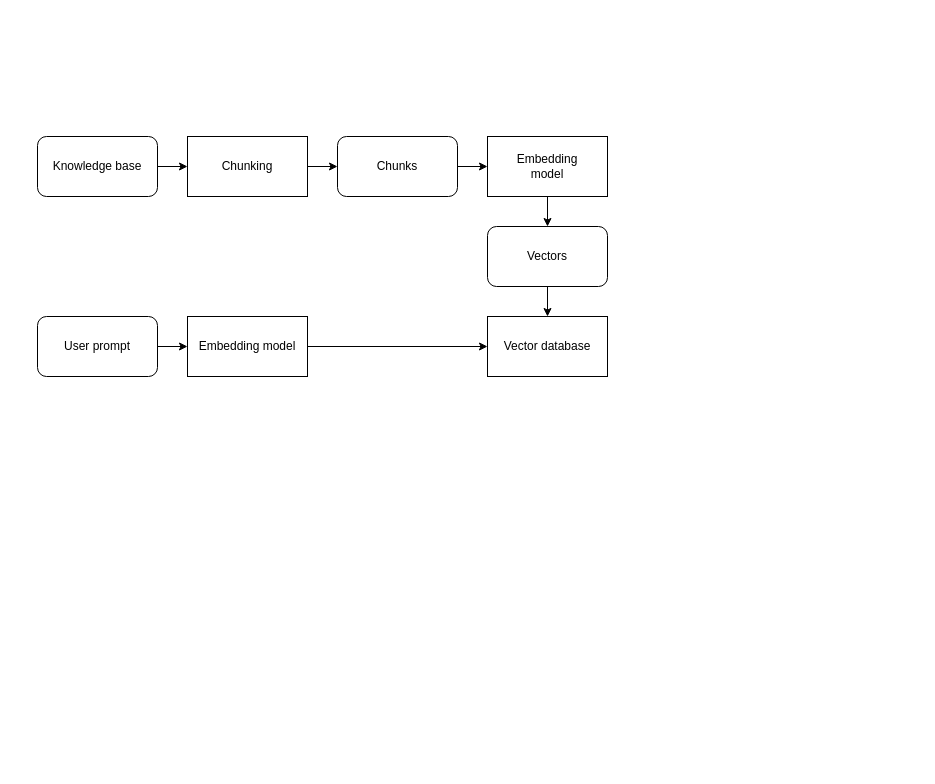
This is diagrams/rag-evaluation-controls.drawio from wmeints/effective-llm-applications, a draw.io file, before an edit. Source tidied: cells renumbered, new cells numbered last; positions are measured from the earlier drawing's top-left corner, leaving out a move shared by most shapes. Both pictures are drawn from the tidied source at 100%, with x=0, y=0 at pixel (37, 136).
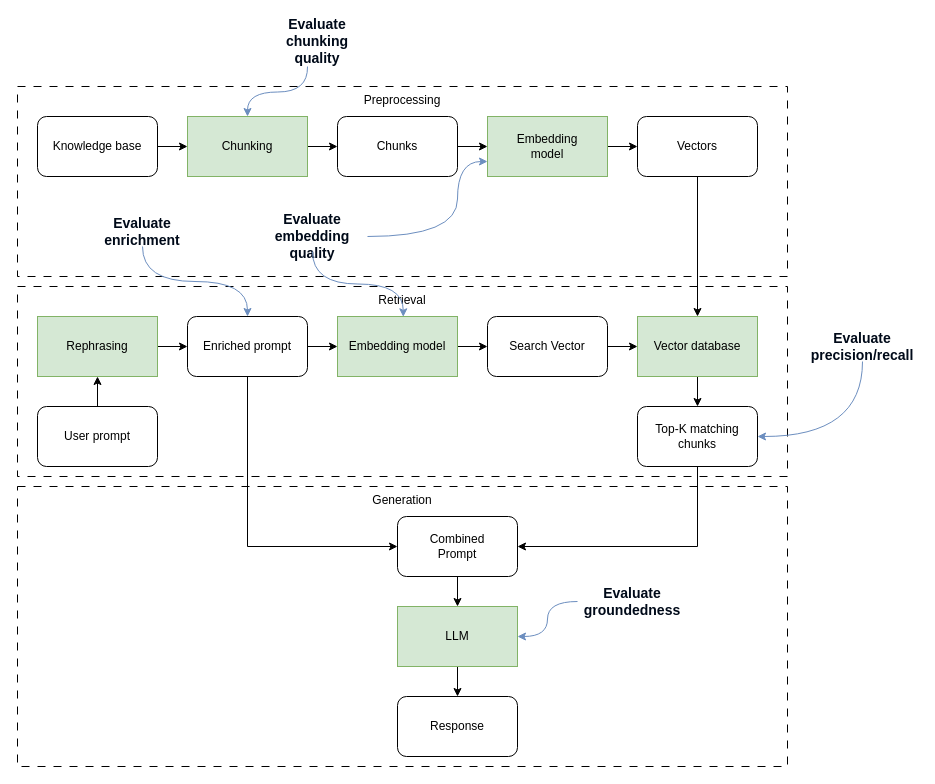
Above is the later version.

Commit message (it also covers changes not shown here):
Add quality controls

The edit, as a diff of the source:
```diff
@@
+    <mxCell id="17" value="Preprocessing" style="rounded=0;whiteSpace=wrap;html=1;fillColor=none;dashed=1;dashPattern=8 8;verticalAlign=top;" parent="1" vertex="1">
+      <mxGeometry x="-20" y="-50" width="770" height="190" as="geometry" />
+    </mxCell>
+    <mxCell id="18" value="Retrieval" style="rounded=0;whiteSpace=wrap;html=1;fillColor=none;dashed=1;dashPattern=8 8;verticalAlign=top;" parent="1" vertex="1">
+      <mxGeometry x="-20" y="150" width="770" height="190" as="geometry" />
+    </mxCell>
+    <mxCell id="19" value="Generation" style="rounded=0;whiteSpace=wrap;html=1;fillColor=none;dashed=1;dashPattern=8 8;verticalAlign=top;shadow=0;" parent="1" vertex="1">
+      <mxGeometry x="-20" y="350" width="770" height="280" as="geometry" />
+    </mxCell>
@@
     <mxCell id="3" value="Knowledge base" style="rounded=1;whiteSpace=wrap;html=1;" parent="1" vertex="1">
-      <mxGeometry width="120" height="60" as="geometry" />
+      <mxGeometry y="-20" width="120" height="60" as="geometry" />
     </mxCell>
@@
-    <mxCell id="5" value="Chunking" style="rounded=0;whiteSpace=wrap;html=1;" parent="1" vertex="1">
-      <mxGeometry x="150" width="120" height="60" as="geometry" />
+    <mxCell id="5" value="Chunking" style="rounded=0;whiteSpace=wrap;html=1;fillColor=#d5e8d4;strokeColor=#82b366;" parent="1" vertex="1">
+      <mxGeometry x="150" y="-20" width="120" height="60" as="geometry" />
     </mxCell>
@@
     <mxCell id="7" value="Chunks" style="rounded=1;whiteSpace=wrap;html=1;" parent="1" vertex="1">
-      <mxGeometry x="300" width="120" height="60" as="geometry" />
+      <mxGeometry x="300" y="-20" width="120" height="60" as="geometry" />
     </mxCell>
-    <mxCell id="8" style="edgeStyle=orthogonalEdgeStyle;rounded=0;jettySize=auto;html=1;entryX=0.5;entryY=0;entryDx=0;entryDy=0;" parent="1" edge="1" source="9" target="11">
+    <mxCell id="8" style="edgeStyle=orthogonalEdgeStyle;rounded=0;jettySize=auto;html=1;entryX=0;entryY=0.5;entryDx=0;entryDy=0;" parent="1" edge="1" source="9" target="11">
       <mxGeometry relative="1" as="geometry" />
     </mxCell>
-    <mxCell id="9" value="Embedding&lt;div&gt;model&lt;/div&gt;" style="rounded=0;whiteSpace=wrap;html=1;" parent="1" vertex="1">
-      <mxGeometry x="450" width="120" height="60" as="geometry" />
+    <mxCell id="9" value="Embedding&lt;div&gt;model&lt;/div&gt;" style="rounded=0;whiteSpace=wrap;html=1;fillColor=#d5e8d4;strokeColor=#82b366;" parent="1" vertex="1">
+      <mxGeometry x="450" y="-20" width="120" height="60" as="geometry" />
     </mxCell>
-    <mxCell id="10" style="edgeStyle=orthogonalEdgeStyle;rounded=0;jettySize=auto;html=1;entryX=0.5;entryY=0;entryDx=0;entryDy=0;" parent="1" edge="1" source="11" target="12">
+    <mxCell id="10" style="edgeStyle=orthogonalEdgeStyle;rounded=0;jettySize=auto;html=1;entryX=0.5;entryY=0;entryDx=0;entryDy=0;exitX=0.5;exitY=1;exitDx=0;exitDy=0;" parent="1" edge="1" source="11" target="12">
       <mxGeometry relative="1" as="geometry" />
     </mxCell>
     <mxCell id="11" value="Vectors" style="rounded=1;whiteSpace=wrap;html=1;" parent="1" vertex="1">
-      <mxGeometry x="450" y="90" width="120" height="60" as="geometry" />
+      <mxGeometry x="600" y="-20" width="120" height="60" as="geometry" />
     </mxCell>
+    <mxCell id="20" style="edgeStyle=orthogonalEdgeStyle;rounded=0;jettySize=auto;html=1;entryX=0.5;entryY=0;entryDx=0;entryDy=0;" parent="1" edge="1" source="12" target="25">
+      <mxGeometry relative="1" as="geometry" />
+    </mxCell>
-    <mxCell id="12" value="Vector database" style="rounded=0;whiteSpace=wrap;html=1;" parent="1" vertex="1">
-      <mxGeometry x="450" y="180" width="120" height="60" as="geometry" />
+    <mxCell id="12" value="Vector database" style="rounded=0;whiteSpace=wrap;html=1;fillColor=#d5e8d4;strokeColor=#82b366;" parent="1" vertex="1">
+      <mxGeometry x="600" y="180" width="120" height="60" as="geometry" />
     </mxCell>
-    <mxCell id="13" style="edgeStyle=orthogonalEdgeStyle;rounded=0;jettySize=auto;html=1;" parent="1" edge="1" source="14" target="12">
-      <mxGeometry relative="1" as="geometry" />
-    </mxCell>
+    <mxCell id="21" style="edgeStyle=orthogonalEdgeStyle;rounded=0;jettySize=auto;html=1;entryX=0;entryY=0.5;entryDx=0;entryDy=0;" parent="1" edge="1" source="14" target="29">
+      <mxGeometry relative="1" as="geometry" />
+    </mxCell>
-    <mxCell id="14" value="Embedding model" style="rounded=0;whiteSpace=wrap;html=1;" parent="1" vertex="1">
-      <mxGeometry x="150" y="180" width="120" height="60" as="geometry" />
+    <mxCell id="14" value="Embedding model" style="rounded=0;whiteSpace=wrap;html=1;fillColor=#d5e8d4;strokeColor=#82b366;" parent="1" vertex="1">
+      <mxGeometry x="300" y="180" width="120" height="60" as="geometry" />
     </mxCell>
-    <mxCell id="15" style="edgeStyle=orthogonalEdgeStyle;rounded=0;jettySize=auto;html=1;" parent="1" edge="1" source="16" target="14">
-      <mxGeometry relative="1" as="geometry" />
-    </mxCell>
+    <mxCell id="22" style="edgeStyle=orthogonalEdgeStyle;rounded=0;jettySize=auto;html=1;entryX=0;entryY=0.5;entryDx=0;entryDy=0;exitX=0.5;exitY=1;exitDx=0;exitDy=0;" parent="1" edge="1" source="45" target="27">
+      <mxGeometry relative="1" as="geometry" />
+    </mxCell>
+    <mxCell id="23" style="edgeStyle=orthogonalEdgeStyle;rounded=0;jettySize=auto;html=1;entryX=0.5;entryY=1;entryDx=0;entryDy=0;" parent="1" edge="1" source="16" target="43">
+      <mxGeometry relative="1" as="geometry" />
+    </mxCell>
     <mxCell id="16" value="User prompt" style="rounded=1;whiteSpace=wrap;html=1;" parent="1" vertex="1">
-      <mxGeometry y="180" width="120" height="60" as="geometry" />
+      <mxGeometry y="270" width="120" height="60" as="geometry" />
     </mxCell>
+    <mxCell id="24" style="edgeStyle=orthogonalEdgeStyle;rounded=0;jettySize=auto;html=1;entryX=1;entryY=0.5;entryDx=0;entryDy=0;exitX=0.5;exitY=1;exitDx=0;exitDy=0;" parent="1" edge="1" source="25" target="27">
+      <mxGeometry relative="1" as="geometry" />
+    </mxCell>
+    <mxCell id="25" value="Top-K matching chunks" style="rounded=1;whiteSpace=wrap;html=1;" parent="1" vertex="1">
+      <mxGeometry x="600" y="270" width="120" height="60" as="geometry" />
+    </mxCell>
+    <mxCell id="26" style="edgeStyle=orthogonalEdgeStyle;rounded=0;jettySize=auto;html=1;entryX=0.5;entryY=0;entryDx=0;entryDy=0;" parent="1" edge="1" source="27" target="31">
+      <mxGeometry relative="1" as="geometry" />
+    </mxCell>
+    <mxCell id="27" value="Combined&lt;div&gt;Prompt&lt;/div&gt;" style="rounded=1;whiteSpace=wrap;html=1;" parent="1" vertex="1">
+      <mxGeometry x="360" y="380" width="120" height="60" as="geometry" />
+    </mxCell>
+    <mxCell id="28" style="edgeStyle=orthogonalEdgeStyle;rounded=0;jettySize=auto;html=1;entryX=0;entryY=0.5;entryDx=0;entryDy=0;" parent="1" edge="1" source="29" target="12">
+      <mxGeometry relative="1" as="geometry" />
+    </mxCell>
+    <mxCell id="29" value="Search Vector" style="rounded=1;whiteSpace=wrap;html=1;" parent="1" vertex="1">
+      <mxGeometry x="450" y="180" width="120" height="60" as="geometry" />
+    </mxCell>
+    <mxCell id="30" style="edgeStyle=orthogonalEdgeStyle;rounded=0;jettySize=auto;html=1;" parent="1" edge="1" source="31" target="32">
+      <mxGeometry relative="1" as="geometry" />
+    </mxCell>
+    <mxCell id="31" value="LLM" style="rounded=0;whiteSpace=wrap;html=1;fillColor=#d5e8d4;strokeColor=#82b366;" parent="1" vertex="1">
+      <mxGeometry x="360" y="470" width="120" height="60" as="geometry" />
+    </mxCell>
+    <mxCell id="32" value="Response" style="rounded=1;whiteSpace=wrap;html=1;" parent="1" vertex="1">
+      <mxGeometry x="360" y="560" width="120" height="60" as="geometry" />
+    </mxCell>
+    <mxCell id="33" style="edgeStyle=orthogonalEdgeStyle;rounded=0;jettySize=auto;html=1;entryX=1;entryY=0.5;entryDx=0;entryDy=0;curved=1;fillColor=#dae8fc;strokeColor=#6c8ebf;" parent="1" edge="1" source="34" target="31">
+      <mxGeometry relative="1" as="geometry" />
+    </mxCell>
+    <mxCell id="34" value="Evaluate groundedness" style="text;html=1;align=center;verticalAlign=middle;whiteSpace=wrap;rounded=0;fontFamily=Ink Free;fontSize=14;fontColor=light-dark(#000a19, #7c92b6);fontStyle=1;" parent="1" vertex="1">
+      <mxGeometry x="540" y="450" width="110" height="30" as="geometry" />
+    </mxCell>
+    <mxCell id="35" style="edgeStyle=orthogonalEdgeStyle;rounded=0;jettySize=auto;html=1;entryX=1;entryY=0.5;entryDx=0;entryDy=0;exitX=0.5;exitY=1;exitDx=0;exitDy=0;curved=1;fillColor=#dae8fc;strokeColor=#6c8ebf;" parent="1" edge="1" source="36" target="25">
+      <mxGeometry relative="1" as="geometry" />
+    </mxCell>
+    <mxCell id="36" value="Evaluate precision/recall" style="text;html=1;align=center;verticalAlign=middle;whiteSpace=wrap;rounded=0;fontFamily=Ink Free;fontSize=14;fontColor=light-dark(#000a19, #7c92b6);fontStyle=1;" parent="1" vertex="1">
+      <mxGeometry x="770" y="195" width="110" height="30" as="geometry" />
+    </mxCell>
+    <mxCell id="37" style="edgeStyle=orthogonalEdgeStyle;rounded=0;jettySize=auto;html=1;entryX=0;entryY=0.75;entryDx=0;entryDy=0;curved=1;fillColor=#dae8fc;strokeColor=#6c8ebf;" parent="1" edge="1" source="38" target="9">
+      <mxGeometry relative="1" as="geometry">
+        <Array as="points">
+          <mxPoint x="420" y="100" />
+          <mxPoint x="420" y="25" />
+        </Array>
+      </mxGeometry>
+    </mxCell>
+    <mxCell id="38" value="Evaluate embedding quality" style="text;html=1;align=center;verticalAlign=middle;whiteSpace=wrap;rounded=0;fontFamily=Ink Free;fontSize=14;fontColor=light-dark(#000a19, #7c92b6);fontStyle=1;" parent="1" vertex="1">
+      <mxGeometry x="220" y="85" width="110" height="30" as="geometry" />
+    </mxCell>
+    <mxCell id="39" style="edgeStyle=orthogonalEdgeStyle;rounded=0;jettySize=auto;html=1;entryX=0.5;entryY=0;entryDx=0;entryDy=0;curved=1;fillColor=#dae8fc;strokeColor=#6c8ebf;" parent="1" edge="1" target="5">
+      <mxGeometry relative="1" as="geometry">
+        <mxPoint x="270" y="-70" as="sourcePoint" />
+      </mxGeometry>
+    </mxCell>
+    <mxCell id="40" value="Evaluate chunking quality" style="text;html=1;align=center;verticalAlign=middle;whiteSpace=wrap;rounded=0;fontFamily=Ink Free;fontSize=14;fontColor=light-dark(#000a19, #7c92b6);labelBorderColor=none;fontStyle=1;" parent="1" vertex="1">
+      <mxGeometry x="225" y="-110" width="110" height="30" as="geometry" />
+    </mxCell>
+    <mxCell id="41" style="edgeStyle=orthogonalEdgeStyle;rounded=0;jettySize=auto;html=1;entryX=0.548;entryY=0.005;entryDx=0;entryDy=0;entryPerimeter=0;curved=1;fillColor=#dae8fc;strokeColor=#6c8ebf;" parent="1" edge="1" source="38" target="14">
+      <mxGeometry relative="1" as="geometry" />
+    </mxCell>
+    <mxCell id="42" style="edgeStyle=orthogonalEdgeStyle;rounded=0;jettySize=auto;html=1;" parent="1" edge="1" source="43" target="45">
+      <mxGeometry relative="1" as="geometry" />
+    </mxCell>
+    <mxCell id="43" value="Rephrasing" style="rounded=0;whiteSpace=wrap;html=1;fillColor=#d5e8d4;strokeColor=#82b366;" parent="1" vertex="1">
+      <mxGeometry y="180" width="120" height="60" as="geometry" />
+    </mxCell>
+    <mxCell id="44" style="edgeStyle=orthogonalEdgeStyle;rounded=0;jettySize=auto;html=1;" parent="1" edge="1" source="45" target="14">
+      <mxGeometry relative="1" as="geometry" />
+    </mxCell>
+    <mxCell id="45" value="Enriched prompt" style="rounded=1;whiteSpace=wrap;html=1;" parent="1" vertex="1">
+      <mxGeometry x="150" y="180" width="120" height="60" as="geometry" />
+    </mxCell>
+    <mxCell id="46" style="edgeStyle=orthogonalEdgeStyle;rounded=0;jettySize=auto;html=1;entryX=0.5;entryY=0;entryDx=0;entryDy=0;elbow=vertical;curved=1;fillColor=#dae8fc;strokeColor=#6c8ebf;" parent="1" edge="1" source="47" target="45">
+      <mxGeometry relative="1" as="geometry" />
+    </mxCell>
+    <mxCell id="47" value="Evaluate enrichment" style="text;html=1;align=center;verticalAlign=middle;whiteSpace=wrap;rounded=0;fontFamily=Ink Free;fontSize=14;fontColor=light-dark(#000a19, #7c92b6);fontStyle=1;" parent="1" vertex="1">
+      <mxGeometry x="50" y="80" width="110" height="30" as="geometry" />
+    </mxCell>
```
